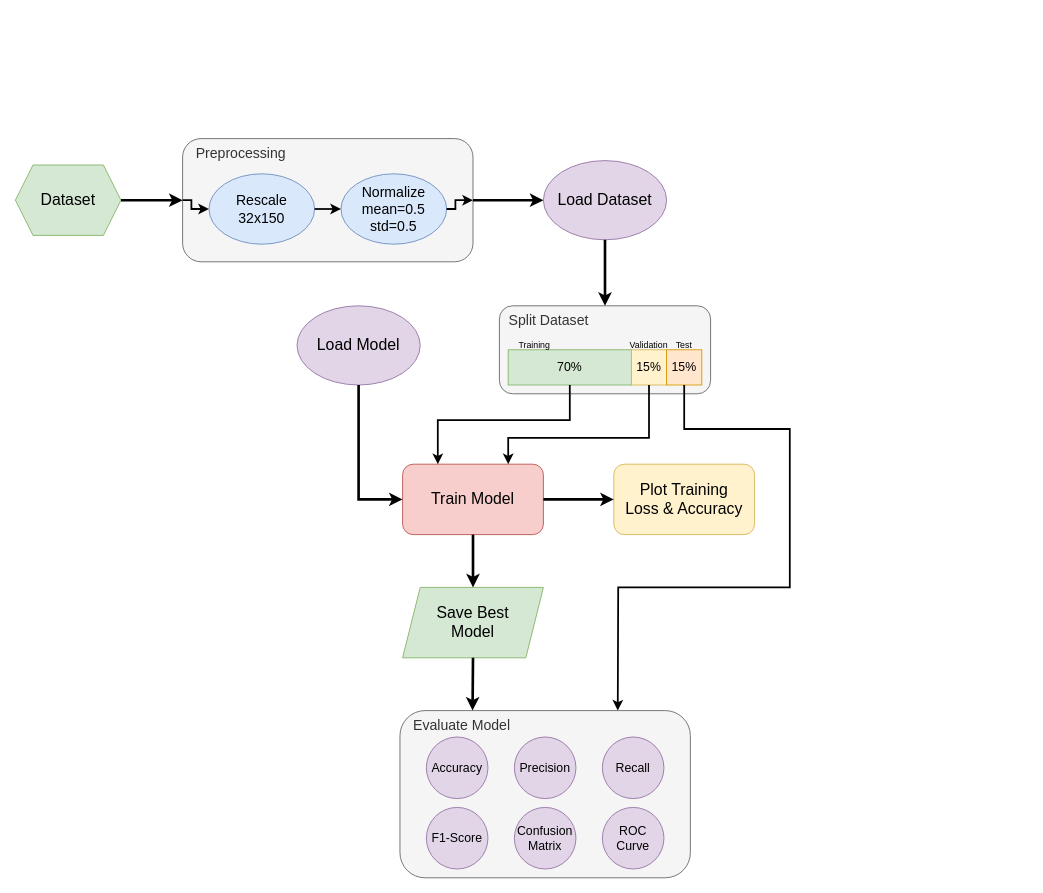
This is readme_images/flow_diagram.drawio from MorelliDUniFr/dia-font-classification, a draw.io file, before an edit. Source tidied: cells renumbered, new cells numbered last; positions are measured from the earlier drawing's top-left corner, leaving out a move shared by most shapes. Both pictures are drawn from the tidied source at 88%, with x=0, y=0 at pixel (15, 138).
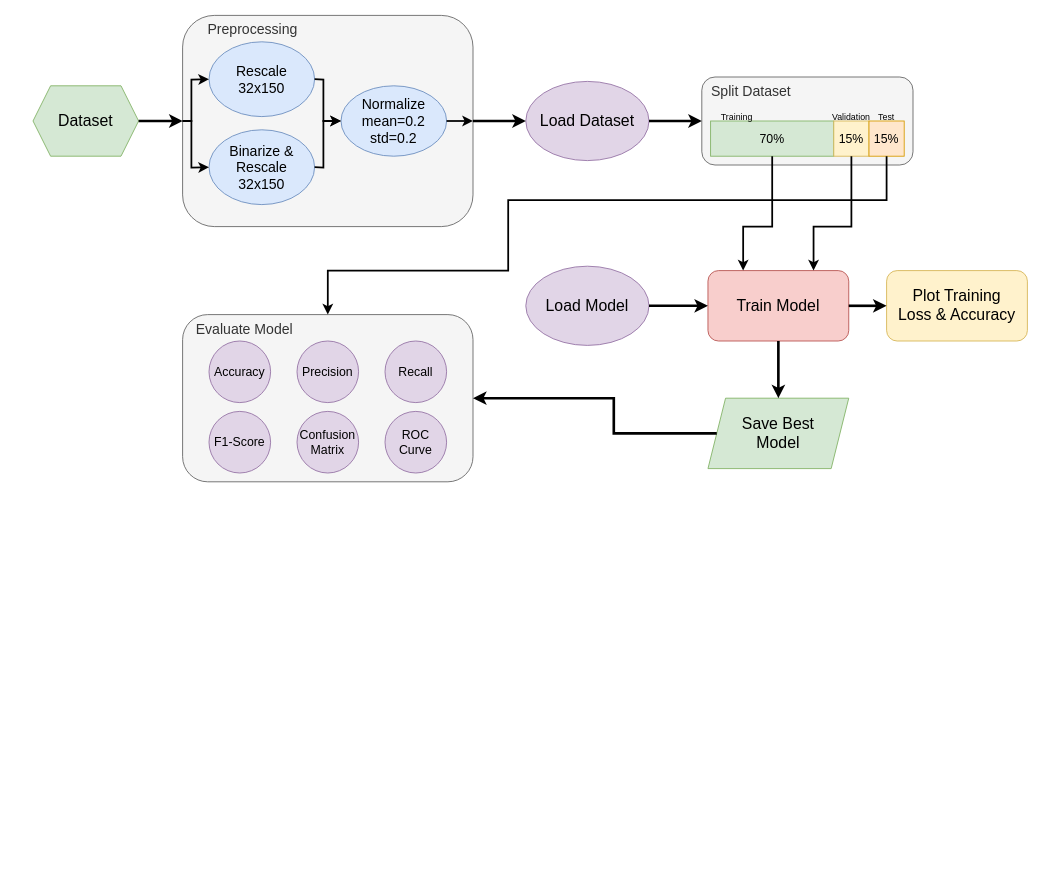
The same page after the edit.

What changed in the source:
```diff
@@
-    <mxCell id="2" value="&amp;nbsp; &amp;nbsp;Preprocessing" style="rounded=1;whiteSpace=wrap;html=1;verticalAlign=top;align=left;fontSize=16;fillColor=#f5f5f5;fontColor=#333333;strokeColor=#666666;" parent="1" vertex="1">
-      <mxGeometry x="190" width="330" height="140" as="geometry" />
+    <mxCell id="2" value="&amp;nbsp; &amp;nbsp; &amp;nbsp; Preprocessing" style="rounded=1;whiteSpace=wrap;html=1;verticalAlign=top;align=left;fontSize=16;fillColor=#f5f5f5;fontColor=#333333;strokeColor=#666666;" parent="1" vertex="1">
+      <mxGeometry x="190" y="-140" width="330" height="240" as="geometry" />
     </mxCell>
     <mxCell id="3" value="Dataset" style="shape=hexagon;perimeter=hexagonPerimeter2;whiteSpace=wrap;html=1;fixedSize=1;fontSize=18;fillColor=#d5e8d4;strokeColor=#82b366;" parent="1" vertex="1">
-      <mxGeometry y="30" width="120" height="80" as="geometry" />
+      <mxGeometry x="20" y="-60" width="120" height="80" as="geometry" />
     </mxCell>
@@
-    <mxCell id="5" value="Rescale&lt;div style=&quot;font-size: 16px;&quot;&gt;32x150&lt;/div&gt;" style="ellipse;whiteSpace=wrap;html=1;fontSize=16;fillColor=#dae8fc;strokeColor=#6c8ebf;" parent="1" vertex="1">
-      <mxGeometry x="220" y="40" width="120" height="80" as="geometry" />
-    </mxCell>
-    <mxCell id="6" value="Normalize&lt;div style=&quot;font-size: 16px;&quot;&gt;mean=0.5&lt;/div&gt;&lt;div style=&quot;font-size: 16px;&quot;&gt;std=0.5&lt;/div&gt;" style="ellipse;whiteSpace=wrap;html=1;fontSize=16;fillColor=#dae8fc;strokeColor=#6c8ebf;" parent="1" vertex="1">
-      <mxGeometry x="370" y="40" width="120" height="80" as="geometry" />
+    <mxCell id="6" value="Normalize&lt;div style=&quot;font-size: 16px;&quot;&gt;mean=0.2&lt;/div&gt;&lt;div style=&quot;font-size: 16px;&quot;&gt;std=0.2&lt;/div&gt;" style="ellipse;whiteSpace=wrap;html=1;fontSize=16;fillColor=#dae8fc;strokeColor=#6c8ebf;" parent="1" vertex="1">
+      <mxGeometry x="370" y="-60" width="120" height="80" as="geometry" />
     </mxCell>
-    <mxCell id="7" style="endArrow=classic;html=1;rounded=0;exitX=0;exitY=0.5;exitDx=0;exitDy=0;entryX=0;entryY=0.5;entryDx=0;entryDy=0;strokeWidth=2;" parent="1" edge="1" source="2" target="5">
-      <mxGeometry relative="1" as="geometry">
-        <Array as="points">
-          <mxPoint x="200" y="70" />
-          <mxPoint x="200" y="80" />
-        </Array>
-      </mxGeometry>
-    </mxCell>
-    <mxCell id="8" style="endArrow=classic;html=1;rounded=0;exitX=1;exitY=0.5;exitDx=0;exitDy=0;entryX=0;entryY=0.5;entryDx=0;entryDy=0;strokeWidth=2;" parent="1" edge="1" source="5" target="6">
-      <mxGeometry relative="1" as="geometry" />
-    </mxCell>
-    <mxCell id="9" style="endArrow=classic;html=1;rounded=0;exitX=1;exitY=0.5;exitDx=0;exitDy=0;entryX=1;entryY=0.5;entryDx=0;entryDy=0;strokeWidth=2;" parent="1" edge="1" source="6" target="2">
-      <mxGeometry relative="1" as="geometry">
-        <Array as="points">
-          <mxPoint x="500" y="80" />
-          <mxPoint x="500" y="70" />
-        </Array>
-      </mxGeometry>
-    </mxCell>
     <mxCell id="10" value="Load Dataset" style="ellipse;whiteSpace=wrap;html=1;fillColor=#e1d5e7;strokeColor=#9673a6;fontSize=18;" parent="1" vertex="1">
-      <mxGeometry x="600" y="25" width="140" height="90" as="geometry" />
+      <mxGeometry x="580" y="-65" width="140" height="90" as="geometry" />
     </mxCell>
@@
     <mxCell id="12" value="&amp;nbsp; Split Dataset" style="rounded=1;whiteSpace=wrap;html=1;fillColor=#f5f5f5;fontColor=#333333;strokeColor=#666666;fontSize=16;verticalAlign=top;align=left;" parent="1" vertex="1">
-      <mxGeometry x="550" y="190" width="240" height="100" as="geometry" />
+      <mxGeometry x="780" y="-70" width="240" height="100" as="geometry" />
     </mxCell>
-    <mxCell id="13" style="endArrow=classic;html=1;rounded=0;exitX=0.5;exitY=1;exitDx=0;exitDy=0;entryX=0.5;entryY=0;entryDx=0;entryDy=0;strokeWidth=3;" parent="1" edge="1" source="10" target="12">
+    <mxCell id="13" style="endArrow=classic;html=1;rounded=0;exitX=1;exitY=0.5;exitDx=0;exitDy=0;entryX=0;entryY=0.5;entryDx=0;entryDy=0;strokeWidth=3;" parent="1" edge="1" source="10" target="12">
       <mxGeometry relative="1" as="geometry" />
     </mxCell>
     <mxCell id="14" style="rounded=0;whiteSpace=wrap;html=1;fillColor=#d5e8d4;strokeColor=#82b366;" parent="1" vertex="1">
-      <mxGeometry x="560" y="240" width="140" height="40" as="geometry" />
+      <mxGeometry x="790" y="-20" width="140" height="40" as="geometry" />
     </mxCell>
     <mxCell id="15" style="rounded=0;whiteSpace=wrap;html=1;fillColor=#fff2cc;strokeColor=#d6b656;" parent="1" vertex="1">
-      <mxGeometry x="700" y="240" width="40" height="40" as="geometry" />
+      <mxGeometry x="930" y="-20" width="40" height="40" as="geometry" />
     </mxCell>
     <mxCell id="16" style="rounded=0;whiteSpace=wrap;html=1;fillColor=#ffe6cc;strokeColor=#d79b00;" parent="1" vertex="1">
-      <mxGeometry x="740" y="240" width="40" height="40" as="geometry" />
+      <mxGeometry x="970" y="-20" width="40" height="40" as="geometry" />
     </mxCell>
     <mxCell id="17" value="Training" style="text;html=1;align=center;verticalAlign=middle;whiteSpace=wrap;rounded=0;fontSize=10;" parent="1" vertex="1">
-      <mxGeometry x="560" y="220" width="60" height="30" as="geometry" />
+      <mxGeometry x="790" y="-40" width="60" height="30" as="geometry" />
     </mxCell>
     <mxCell id="18" value="Validation" style="text;html=1;align=center;verticalAlign=middle;whiteSpace=wrap;rounded=0;fontSize=10;" parent="1" vertex="1">
-      <mxGeometry x="690" y="220" width="60" height="30" as="geometry" />
+      <mxGeometry x="920" y="-40" width="60" height="30" as="geometry" />
     </mxCell>
     <mxCell id="19" value="Test" style="text;html=1;align=center;verticalAlign=middle;whiteSpace=wrap;rounded=0;fontSize=10;" parent="1" vertex="1">
-      <mxGeometry x="730" y="220" width="60" height="30" as="geometry" />
+      <mxGeometry x="960" y="-40" width="60" height="30" as="geometry" />
     </mxCell>
     <mxCell id="20" value="70%" style="text;html=1;align=center;verticalAlign=middle;whiteSpace=wrap;rounded=0;fontSize=14;" parent="1" vertex="1">
-      <mxGeometry x="600" y="245" width="60" height="30" as="geometry" />
+      <mxGeometry x="830" y="-15" width="60" height="30" as="geometry" />
     </mxCell>
     <mxCell id="21" value="15%" style="text;html=1;align=center;verticalAlign=middle;whiteSpace=wrap;rounded=0;fontSize=14;" parent="1" vertex="1">
-      <mxGeometry x="690" y="245" width="60" height="30" as="geometry" />
+      <mxGeometry x="920" y="-15" width="60" height="30" as="geometry" />
     </mxCell>
     <mxCell id="22" value="15%" style="text;html=1;align=center;verticalAlign=middle;whiteSpace=wrap;rounded=0;fontSize=14;" parent="1" vertex="1">
-      <mxGeometry x="730" y="245" width="60" height="30" as="geometry" />
+      <mxGeometry x="960" y="-15" width="60" height="30" as="geometry" />
     </mxCell>
     <mxCell id="23" value="Load Model" style="ellipse;whiteSpace=wrap;html=1;fillColor=#e1d5e7;strokeColor=#9673a6;fontSize=18;" parent="1" vertex="1">
-      <mxGeometry x="320" y="190" width="140" height="90" as="geometry" />
+      <mxGeometry x="580" y="145" width="140" height="90" as="geometry" />
     </mxCell>
     <mxCell id="24" value="Train Model" style="rounded=1;whiteSpace=wrap;html=1;fillColor=#f8cecc;strokeColor=#b85450;fontSize=18;" parent="1" vertex="1">
-      <mxGeometry x="440" y="370" width="160" height="80" as="geometry" />
+      <mxGeometry x="787" y="150" width="160" height="80" as="geometry" />
     </mxCell>
     <mxCell id="25" style="endArrow=classic;html=1;rounded=0;exitX=0.5;exitY=1;exitDx=0;exitDy=0;strokeWidth=2;entryX=0.25;entryY=0;entryDx=0;entryDy=0;" parent="1" edge="1" source="14" target="24">
       <mxGeometry relative="1" as="geometry">
         <Array as="points">
-          <mxPoint x="630" y="320" />
-          <mxPoint x="480" y="320" />
+          <mxPoint x="860" y="100" />
+          <mxPoint x="827" y="100" />
         </Array>
       </mxGeometry>
     </mxCell>
     <mxCell id="26" style="endArrow=classic;html=1;rounded=0;exitX=0.5;exitY=1;exitDx=0;exitDy=0;strokeWidth=2;entryX=0.75;entryY=0;entryDx=0;entryDy=0;" parent="1" edge="1" source="15" target="24">
       <mxGeometry relative="1" as="geometry">
         <Array as="points">
-          <mxPoint x="720" y="340" />
-          <mxPoint x="560" y="340" />
+          <mxPoint x="950" y="100" />
+          <mxPoint x="907" y="100" />
         </Array>
       </mxGeometry>
     </mxCell>
-    <mxCell id="27" style="endArrow=classic;html=1;rounded=0;exitX=0.5;exitY=1;exitDx=0;exitDy=0;strokeWidth=3;entryX=0;entryY=0.5;entryDx=0;entryDy=0;" parent="1" edge="1" source="23" target="24">
+    <mxCell id="27" style="endArrow=classic;html=1;rounded=0;exitX=1;exitY=0.5;exitDx=0;exitDy=0;strokeWidth=3;entryX=0;entryY=0.5;entryDx=0;entryDy=0;" parent="1" edge="1" source="23" target="24">
       <mxGeometry relative="1" as="geometry">
         <Array as="points">
-          <mxPoint x="390" y="410" />
+          <mxPoint x="750" y="190" />
         </Array>
       </mxGeometry>
     </mxCell>
     <mxCell id="28" value="Save Best&lt;div style=&quot;font-size: 18px;&quot;&gt;Model&lt;/div&gt;" style="shape=parallelogram;perimeter=parallelogramPerimeter;whiteSpace=wrap;html=1;fixedSize=1;fillColor=#d5e8d4;strokeColor=#82b366;fontSize=18;" parent="1" vertex="1">
-      <mxGeometry x="440" y="510" width="160" height="80" as="geometry" />
+      <mxGeometry x="787" y="295" width="160" height="80" as="geometry" />
     </mxCell>
@@
     <mxCell id="30" value="Plot Training&lt;div style=&quot;font-size: 18px;&quot;&gt;Loss &amp;amp; Accuracy&lt;/div&gt;" style="rounded=1;whiteSpace=wrap;html=1;fillColor=#fff2cc;strokeColor=#d6b656;fontSize=18;" parent="1" vertex="1">
-      <mxGeometry x="680" y="370" width="160" height="80" as="geometry" />
+      <mxGeometry x="990" y="150" width="160" height="80" as="geometry" />
     </mxCell>
@@
     <mxCell id="32" value="&amp;nbsp; &amp;nbsp;Evaluate Model" style="rounded=1;whiteSpace=wrap;html=1;verticalAlign=top;align=left;fontSize=16;fillColor=#f5f5f5;fontColor=#333333;strokeColor=#666666;" parent="1" vertex="1">
-      <mxGeometry x="437" y="650" width="330" height="190" as="geometry" />
+      <mxGeometry x="190" y="200" width="330" height="190" as="geometry" />
     </mxCell>
     <mxCell id="33" value="Accuracy" style="ellipse;whiteSpace=wrap;html=1;fillColor=#e1d5e7;strokeColor=#9673a6;fontSize=14;" parent="1" vertex="1">
-      <mxGeometry x="467" y="680" width="70" height="70" as="geometry" />
+      <mxGeometry x="220" y="230" width="70" height="70" as="geometry" />
     </mxCell>
     <mxCell id="34" value="Precision" style="ellipse;whiteSpace=wrap;html=1;fillColor=#e1d5e7;strokeColor=#9673a6;fontSize=14;" parent="1" vertex="1">
-      <mxGeometry x="567" y="680" width="70" height="70" as="geometry" />
+      <mxGeometry x="320" y="230" width="70" height="70" as="geometry" />
     </mxCell>
     <mxCell id="35" value="Recall" style="ellipse;whiteSpace=wrap;html=1;fillColor=#e1d5e7;strokeColor=#9673a6;fontSize=14;" parent="1" vertex="1">
-      <mxGeometry x="667" y="680" width="70" height="70" as="geometry" />
+      <mxGeometry x="420" y="230" width="70" height="70" as="geometry" />
     </mxCell>
     <mxCell id="36" value="F1-Score" style="ellipse;whiteSpace=wrap;html=1;fillColor=#e1d5e7;strokeColor=#9673a6;fontSize=14;" parent="1" vertex="1">
-      <mxGeometry x="467" y="760" width="70" height="70" as="geometry" />
+      <mxGeometry x="220" y="310" width="70" height="70" as="geometry" />
     </mxCell>
     <mxCell id="37" value="Confusion&lt;div&gt;Matrix&lt;/div&gt;" style="ellipse;whiteSpace=wrap;html=1;fillColor=#e1d5e7;strokeColor=#9673a6;fontSize=14;" parent="1" vertex="1">
-      <mxGeometry x="567" y="760" width="70" height="70" as="geometry" />
+      <mxGeometry x="320" y="310" width="70" height="70" as="geometry" />
     </mxCell>
     <mxCell id="38" value="ROC&lt;div&gt;Curve&lt;/div&gt;" style="ellipse;whiteSpace=wrap;html=1;fillColor=#e1d5e7;strokeColor=#9673a6;fontSize=14;" parent="1" vertex="1">
-      <mxGeometry x="667" y="760" width="70" height="70" as="geometry" />
+      <mxGeometry x="420" y="310" width="70" height="70" as="geometry" />
     </mxCell>
-    <mxCell id="39" style="endArrow=classic;html=1;rounded=0;exitX=0.5;exitY=1;exitDx=0;exitDy=0;entryX=0.25;entryY=0;entryDx=0;entryDy=0;strokeWidth=3;" parent="1" edge="1" source="28" target="32">
-      <mxGeometry relative="1" as="geometry" />
+    <mxCell id="39" style="endArrow=classic;html=1;rounded=0;exitX=0;exitY=0.5;exitDx=0;exitDy=0;entryX=1;entryY=0.5;entryDx=0;entryDy=0;strokeWidth=3;" parent="1" edge="1" source="28" target="32">
+      <mxGeometry relative="1" as="geometry">
+        <Array as="points">
+          <mxPoint x="680" y="335" />
+          <mxPoint x="680" y="295" />
+        </Array>
+      </mxGeometry>
     </mxCell>
-    <mxCell id="40" style="endArrow=classic;html=1;rounded=0;entryX=0.75;entryY=0;entryDx=0;entryDy=0;exitX=0.5;exitY=1;exitDx=0;exitDy=0;strokeWidth=2;" parent="1" edge="1" source="16" target="32">
+    <mxCell id="40" style="endArrow=classic;html=1;rounded=0;entryX=0.5;entryY=0;entryDx=0;entryDy=0;exitX=0.5;exitY=1;exitDx=0;exitDy=0;strokeWidth=2;" parent="1" edge="1" source="16" target="32">
       <mxGeometry relative="1" as="geometry">
         <Array as="points">
-          <mxPoint x="760" y="330" />
-          <mxPoint x="880" y="330" />
-          <mxPoint x="880" y="510" />
-          <mxPoint x="685" y="510" />
+          <mxPoint x="990" y="70" />
+          <mxPoint x="780" y="70" />
+          <mxPoint x="710" y="70" />
+          <mxPoint x="560" y="70" />
+          <mxPoint x="560" y="150" />
+          <mxPoint x="355" y="150" />
         </Array>
       </mxGeometry>
     </mxCell>
+    <mxCell id="41" value="Binarize &amp;amp;&lt;br&gt;Rescale&lt;div style=&quot;font-size: 16px;&quot;&gt;32x150&lt;/div&gt;" style="ellipse;whiteSpace=wrap;html=1;fontSize=16;fillColor=#dae8fc;strokeColor=#6c8ebf;" parent="1" vertex="1">
+      <mxGeometry x="220" y="-10" width="120" height="85" as="geometry" />
+    </mxCell>
+    <mxCell id="9" style="endArrow=classic;html=1;rounded=0;exitX=1;exitY=0.5;exitDx=0;exitDy=0;entryX=1;entryY=0.5;entryDx=0;entryDy=0;strokeWidth=2;" parent="1" edge="1" source="6" target="2">
+      <mxGeometry relative="1" as="geometry" />
+    </mxCell>
+    <mxCell id="5" value="Rescale&lt;div style=&quot;font-size: 16px;&quot;&gt;32x150&lt;/div&gt;" style="ellipse;whiteSpace=wrap;html=1;fontSize=16;fillColor=#dae8fc;strokeColor=#6c8ebf;" parent="1" vertex="1">
+      <mxGeometry x="220" y="-110" width="120" height="85" as="geometry" />
+    </mxCell>
+    <mxCell id="7" style="endArrow=classic;html=1;rounded=0;exitX=0;exitY=0.5;exitDx=0;exitDy=0;entryX=0;entryY=0.5;entryDx=0;entryDy=0;strokeWidth=2;" parent="1" edge="1" source="2" target="5">
+      <mxGeometry relative="1" as="geometry">
+        <Array as="points">
+          <mxPoint x="200" y="-20" />
+          <mxPoint x="200" y="-67" />
+        </Array>
+      </mxGeometry>
+    </mxCell>
+    <mxCell id="42" style="endArrow=classic;html=1;rounded=0;exitX=0;exitY=0.5;exitDx=0;exitDy=0;entryX=0;entryY=0.5;entryDx=0;entryDy=0;strokeWidth=2;" parent="1" edge="1" source="2" target="41">
+      <mxGeometry relative="1" as="geometry">
+        <Array as="points">
+          <mxPoint x="200" y="-20" />
+          <mxPoint x="200" y="33" />
+        </Array>
+      </mxGeometry>
+    </mxCell>
+    <mxCell id="43" style="endArrow=classic;html=1;rounded=0;entryX=0;entryY=0.5;entryDx=0;entryDy=0;exitX=1;exitY=0.5;exitDx=0;exitDy=0;strokeWidth=2;" parent="1" edge="1" source="41" target="6">
+      <mxGeometry relative="1" as="geometry">
+        <Array as="points">
+          <mxPoint x="350" y="33" />
+          <mxPoint x="350" y="-20" />
+        </Array>
+      </mxGeometry>
+    </mxCell>
+    <mxCell id="8" style="endArrow=classic;html=1;rounded=0;entryX=0;entryY=0.5;entryDx=0;entryDy=0;exitX=1;exitY=0.5;exitDx=0;exitDy=0;strokeWidth=2;" parent="1" edge="1" source="5" target="6">
+      <mxGeometry relative="1" as="geometry">
+        <Array as="points">
+          <mxPoint x="350" y="-67" />
+          <mxPoint x="350" y="-20" />
+        </Array>
+      </mxGeometry>
+    </mxCell>
```
